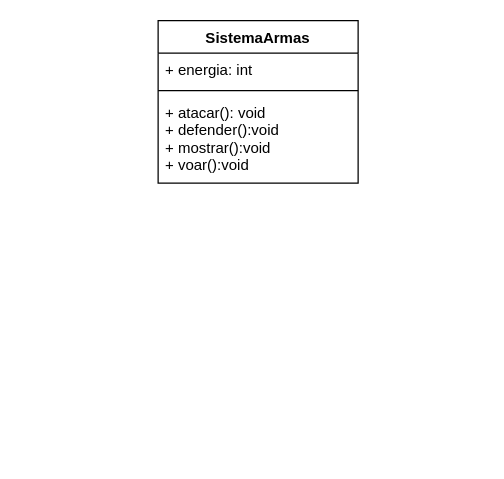
Earlier version of the draw.io diagram src/Aula13/mesa.drawio (FlipeFrontDev/dh-poo). Source tidied: cells renumbered, new cells numbered last; positions are measured from the earlier drawing's top-left corner, leaving out a move shared by most shapes. Both pictures are drawn from the tidied source at 125%, with x=0, y=0 at pixel (158, 20).
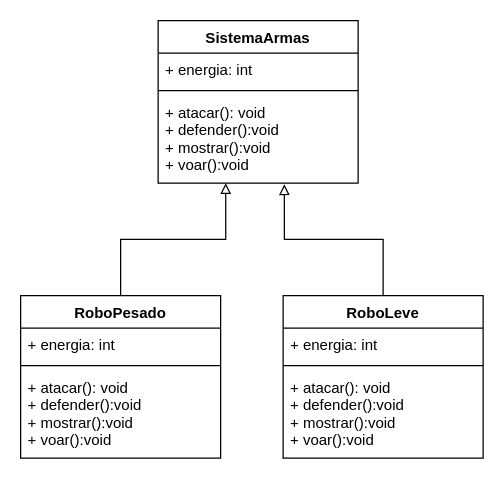
After the change.

What changed in the source:
```diff
@@
 <mxGraphModel>
   <root>
     <mxCell id="0" />
     <mxCell id="1" parent="0" />
     <mxCell id="2" value="SistemaArmas" style="swimlane;fontStyle=1;align=center;verticalAlign=top;horizontal=1;startSize=26;" parent="1" vertex="1">
       <mxGeometry width="160" height="130" as="geometry" />
     </mxCell>
     <mxCell id="3" value="+ energia: int" style="text;strokeColor=none;fillColor=none;align=left;verticalAlign=top;spacingLeft=4;spacingRight=4;overflow=hidden;" parent="2" vertex="1">
       <mxGeometry y="26" width="160" height="26" as="geometry" />
     </mxCell>
     <mxCell id="4" style="line;strokeWidth=1;fillColor=none;align=left;verticalAlign=middle;spacingTop=-1;spacingLeft=3;spacingRight=3;labelPosition=right;" parent="2" vertex="1">
       <mxGeometry y="52" width="160" height="8" as="geometry" />
     </mxCell>
     <mxCell id="5" value="+ atacar(): void&#10;+ defender():void&#10;+ mostrar():void&#10;+ voar():void" style="text;strokeColor=none;fillColor=none;align=left;verticalAlign=top;spacingLeft=4;spacingRight=4;overflow=hidden;points=[[0,0.5],[1,0.5]];portConstraint=eastwest;" parent="2" vertex="1">
       <mxGeometry y="60" width="160" height="70" as="geometry" />
     </mxCell>
+    <mxCell id="6" style="edgeStyle=orthogonalEdgeStyle;rounded=0;jettySize=auto;html=1;entryX=0.338;entryY=1;entryDx=0;entryDy=0;entryPerimeter=0;endArrow=block;endFill=0;" parent="1" edge="1" source="7" target="5">
+      <mxGeometry relative="1" as="geometry" />
+    </mxCell>
+    <mxCell id="7" value="RoboPesado" style="swimlane;fontStyle=1;align=center;verticalAlign=top;horizontal=1;startSize=26;" parent="1" vertex="1">
+      <mxGeometry x="-110" y="220" width="160" height="130" as="geometry" />
+    </mxCell>
+    <mxCell id="8" value="+ energia: int" style="text;strokeColor=none;fillColor=none;align=left;verticalAlign=top;spacingLeft=4;spacingRight=4;overflow=hidden;" parent="7" vertex="1">
+      <mxGeometry y="26" width="160" height="26" as="geometry" />
+    </mxCell>
+    <mxCell id="9" style="line;strokeWidth=1;fillColor=none;align=left;verticalAlign=middle;spacingTop=-1;spacingLeft=3;spacingRight=3;labelPosition=right;" parent="7" vertex="1">
+      <mxGeometry y="52" width="160" height="8" as="geometry" />
+    </mxCell>
+    <mxCell id="10" value="+ atacar(): void&#10;+ defender():void&#10;+ mostrar():void&#10;+ voar():void" style="text;strokeColor=none;fillColor=none;align=left;verticalAlign=top;spacingLeft=4;spacingRight=4;overflow=hidden;" parent="7" vertex="1">
+      <mxGeometry y="60" width="160" height="70" as="geometry" />
+    </mxCell>
+    <mxCell id="11" style="edgeStyle=orthogonalEdgeStyle;rounded=0;jettySize=auto;html=1;entryX=0.631;entryY=1.014;entryDx=0;entryDy=0;entryPerimeter=0;endArrow=block;endFill=0;" parent="1" edge="1" source="12" target="5">
+      <mxGeometry relative="1" as="geometry" />
+    </mxCell>
+    <mxCell id="12" value="RoboLeve" style="swimlane;fontStyle=1;align=center;verticalAlign=top;horizontal=1;startSize=26;" parent="1" vertex="1">
+      <mxGeometry x="100" y="220" width="160" height="130" as="geometry" />
+    </mxCell>
+    <mxCell id="13" value="+ energia: int" style="text;strokeColor=none;fillColor=none;align=left;verticalAlign=top;spacingLeft=4;spacingRight=4;overflow=hidden;" parent="12" vertex="1">
+      <mxGeometry y="26" width="160" height="26" as="geometry" />
+    </mxCell>
+    <mxCell id="14" style="line;strokeWidth=1;fillColor=none;align=left;verticalAlign=middle;spacingTop=-1;spacingLeft=3;spacingRight=3;labelPosition=right;" parent="12" vertex="1">
+      <mxGeometry y="52" width="160" height="8" as="geometry" />
+    </mxCell>
+    <mxCell id="15" value="+ atacar(): void&#10;+ defender():void&#10;+ mostrar():void&#10;+ voar():void" style="text;strokeColor=none;fillColor=none;align=left;verticalAlign=top;spacingLeft=4;spacingRight=4;overflow=hidden;" parent="12" vertex="1">
+      <mxGeometry y="60" width="160" height="70" as="geometry" />
+    </mxCell>
   </root>
 </mxGraphModel>
```
